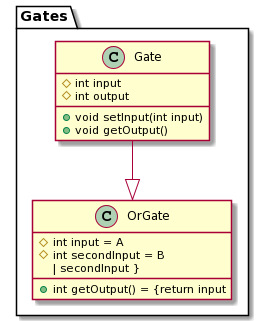
Before: docs/diagrams/OrGateClassDiagram.png, a diagram exported from PlantUML (sevenseasofbri/tp).
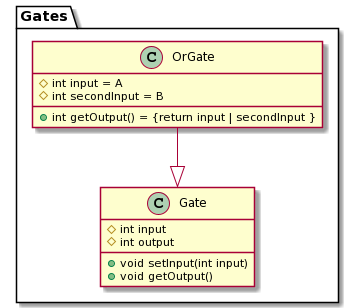
After the commit.

Commit message:
Changes to OrGate UML Class Diagram

Change to the diagram source:
```diff
@@ -1,7 +1,7 @@
 @startuml
 package Gates {
     class "Gate" as State1
-    class "OrGate" as State3
+    class "OrGate" as State2
 }
 
 class State1 {
@@ -11,14 +11,12 @@
     + void getOutput()
 }
 
-
-class State3 {
+class State2 {
     # int input = A
     # int secondInput = B
-    + int getOutput() = {return input
-| secondInput }
+    + int getOutput() = {return input | secondInput }
 
 }
 
-State1 --|> State3
+State2 --|> State1
 @enduml
```
